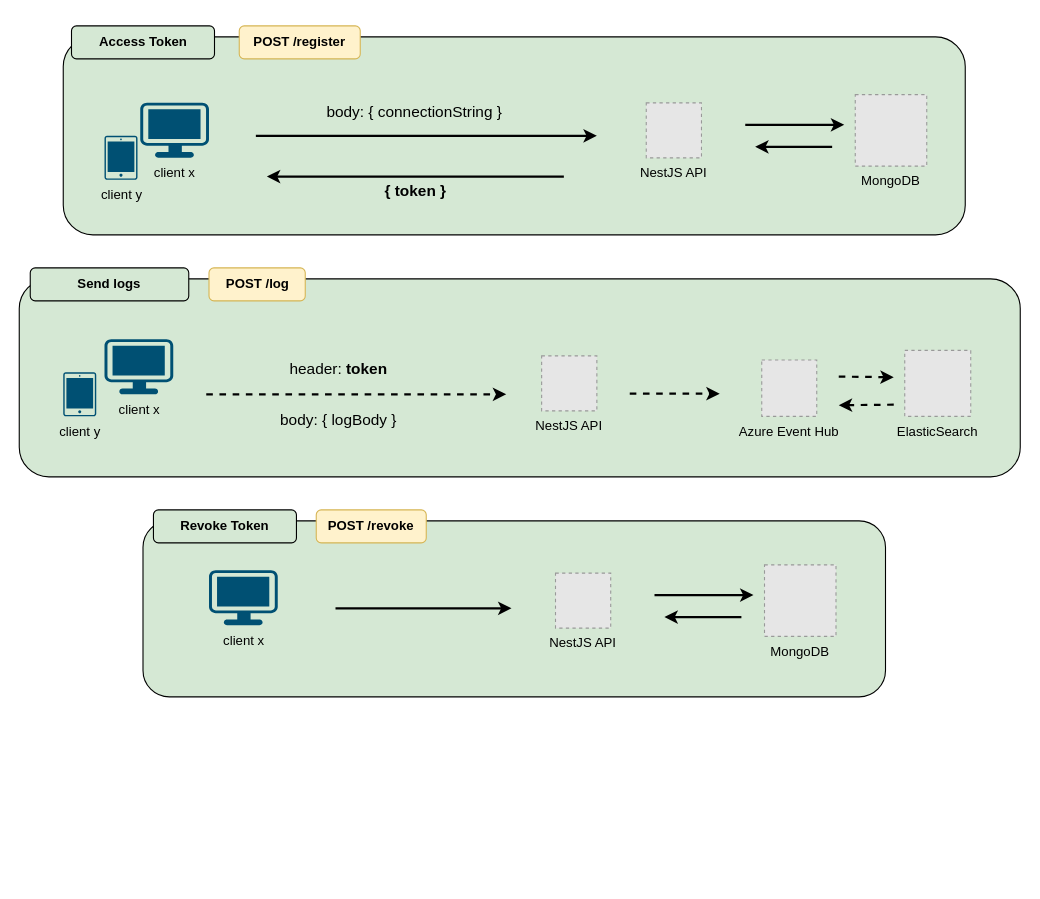
Before: page "Page-3" (3 of 3) of Via+Mobile-Front-ci-cd.drawio in rribeiro93k/draw-docs, a draw.io diagram. Source tidied: cells renumbered, new cells numbered last; positions are measured from the earlier drawing's top-left corner, leaving out a move shared by most shapes. Both pictures are drawn from the tidied source at 110%, with x=0, y=0 at pixel (19, 25). Pictures stored in the file or linked from it are replaced by grey dashed boxes.
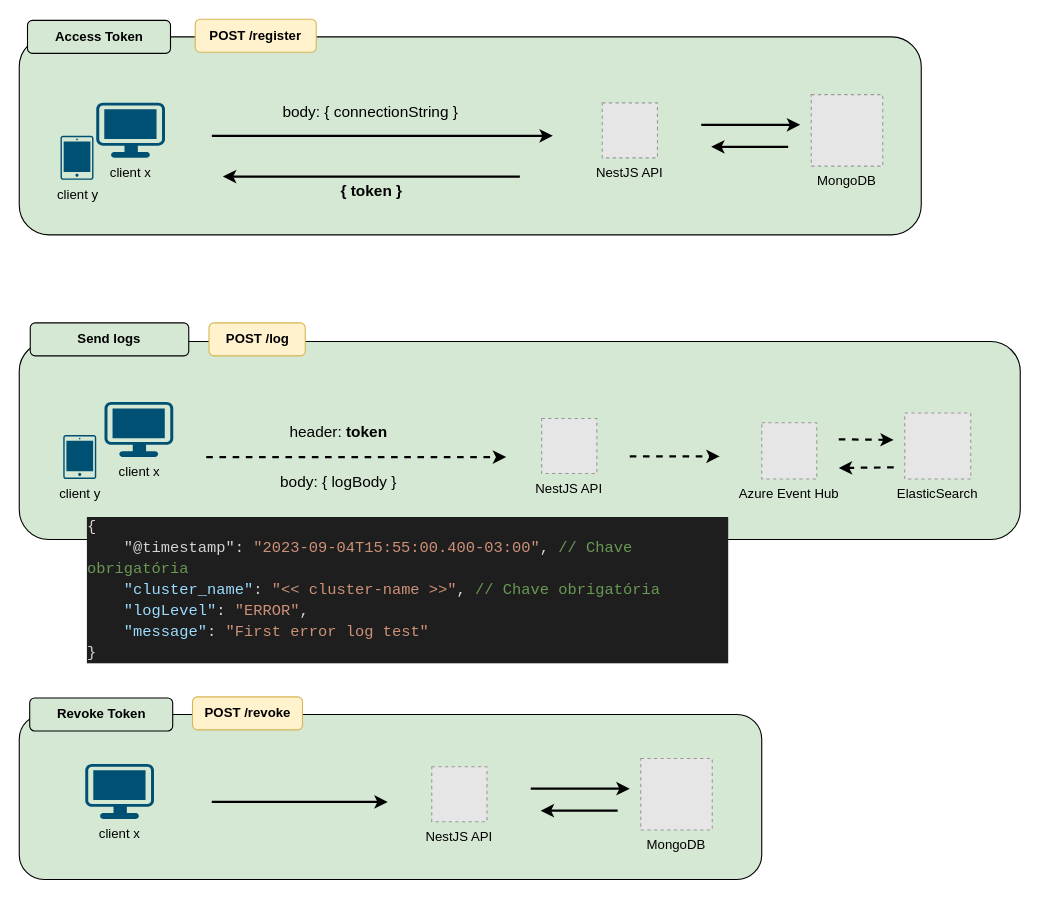
The same diagram, later.

What changed in the source:
```diff
@@
     <mxCell id="2" style="rounded=1;whiteSpace=wrap;html=1;fillColor=#d5e8d4;strokeColor=#000000;" parent="1" vertex="1">
-      <mxGeometry x="40" y="10" width="820" height="180" as="geometry" />
+      <mxGeometry y="10" width="820" height="180" as="geometry" />
     </mxCell>
     <mxCell id="3" value="Access Token" style="rounded=1;whiteSpace=wrap;html=1;fillColor=#d5e8d4;strokeColor=#000000;fontStyle=1;" parent="1" vertex="1">
-      <mxGeometry x="47.5" width="130" height="30" as="geometry" />
+      <mxGeometry x="7.5" y="-5" width="130" height="30" as="geometry" />
     </mxCell>
     <mxCell id="4" value="&lt;span style=&quot;font-size: 14px;&quot;&gt;{ token }&lt;br&gt;&lt;/span&gt;" style="endArrow=classic;html=1;strokeWidth=2;rounded=0;endFill=1;fontStyle=1;fontSize=12;labelBackgroundColor=none;" parent="1" edge="1">
       <mxGeometry y="13" relative="1" as="geometry">
-        <mxPoint x="495.1" y="137" as="sourcePoint" />
-        <mxPoint x="225.1" y="137" as="targetPoint" />
+        <mxPoint x="455.1" y="137" as="sourcePoint" />
+        <mxPoint x="185.1" y="137" as="targetPoint" />
       </mxGeometry>
     </mxCell>
     <mxCell id="5" value="client x" style="verticalLabelPosition=bottom;sketch=0;html=1;verticalAlign=top;align=center;shape=mxgraph.cisco19.workstation;fillColor=#005073;strokeColor=none;fontStyle=0;" parent="1" vertex="1">
-      <mxGeometry x="110" y="70" width="62.5" height="50" as="geometry" />
+      <mxGeometry x="70" y="70" width="62.5" height="50" as="geometry" />
     </mxCell>
     <mxCell id="6" value="client y" style="sketch=0;verticalLabelPosition=bottom;html=1;verticalAlign=top;align=center;shape=mxgraph.cisco19.handheld;fillColor=#005073;strokeColor=none;fontStyle=0;" parent="1" vertex="1">
-      <mxGeometry x="77.5" y="100" width="30" height="40" as="geometry" />
+      <mxGeometry x="37.5" y="100" width="30" height="40" as="geometry" />
     </mxCell>
     <mxCell id="7" value="&lt;span style=&quot;font-size: 14px;&quot;&gt;&amp;nbsp; body: { connectionString }&amp;nbsp;&amp;nbsp;&lt;/span&gt;" style="endArrow=classic;html=1;strokeWidth=2;rounded=0;endFill=1;fontStyle=0;fontSize=12;labelBackgroundColor=none;" parent="1" edge="1">
       <mxGeometry x="-0.07" y="22" relative="1" as="geometry">
-        <mxPoint x="215.1" y="100" as="sourcePoint" />
-        <mxPoint x="525.1" y="100" as="targetPoint" />
+        <mxPoint x="175.1" y="100" as="sourcePoint" />
+        <mxPoint x="485.1" y="100" as="targetPoint" />
       </mxGeometry>
     </mxCell>
     <mxCell id="8" value="NestJS API" style="fillColor=#E6E6E6;strokeColor=#999999;dashed=1;verticalLabelPosition=bottom;labelBackgroundColor=none;verticalAlign=top;fontStyle=0;" parent="1" vertex="1">
-      <mxGeometry x="570" y="70" width="50.2" height="50" as="geometry" />
+      <mxGeometry x="530" y="70" width="50.2" height="50" as="geometry" />
     </mxCell>
     <mxCell id="9" style="endArrow=classic;html=1;strokeWidth=2;rounded=0;endFill=1;fontStyle=0;fontSize=12;labelBackgroundColor=none;" parent="1" edge="1">
       <mxGeometry x="-0.16" relative="1" as="geometry">
-        <mxPoint x="660" y="90" as="sourcePoint" />
-        <mxPoint x="750" y="90" as="targetPoint" />
+        <mxPoint x="620" y="90" as="sourcePoint" />
+        <mxPoint x="710" y="90" as="targetPoint" />
       </mxGeometry>
     </mxCell>
     <mxCell id="10" style="endArrow=classic;html=1;strokeWidth=2;rounded=0;endFill=1;fontStyle=0;fontSize=12;labelBackgroundColor=none;" parent="1" edge="1">
       <mxGeometry x="-0.16" relative="1" as="geometry">
-        <mxPoint x="739" y="110" as="sourcePoint" />
-        <mxPoint x="669" y="110" as="targetPoint" />
+        <mxPoint x="699" y="110" as="sourcePoint" />
+        <mxPoint x="629" y="110" as="targetPoint" />
       </mxGeometry>
     </mxCell>
     <mxCell id="11" value="MongoDB" style="fillColor=#E6E6E6;strokeColor=#999999;dashed=1;verticalLabelPosition=bottom;labelBackgroundColor=none;verticalAlign=top;" parent="1" vertex="1">
-      <mxGeometry x="760" y="62.5" width="65" height="65" as="geometry" />
+      <mxGeometry x="720" y="62.5" width="65" height="65" as="geometry" />
     </mxCell>
     <mxCell id="12" style="rounded=1;whiteSpace=wrap;html=1;fillColor=#d5e8d4;strokeColor=#000000;" parent="1" vertex="1">
-      <mxGeometry y="230" width="910" height="180" as="geometry" />
+      <mxGeometry y="287" width="910" height="180" as="geometry" />
     </mxCell>
     <mxCell id="13" value="Send logs" style="rounded=1;whiteSpace=wrap;html=1;fillColor=#d5e8d4;strokeColor=#000000;fontStyle=1;" parent="1" vertex="1">
-      <mxGeometry x="10" y="220" width="144.1" height="30" as="geometry" />
+      <mxGeometry x="10" y="270" width="144.1" height="30" as="geometry" />
     </mxCell>
     <mxCell id="14" value="client x" style="verticalLabelPosition=bottom;sketch=0;html=1;verticalAlign=top;align=center;shape=mxgraph.cisco19.workstation;fillColor=#005073;strokeColor=none;fontStyle=0;" parent="1" vertex="1">
-      <mxGeometry x="77.5" y="285" width="62.5" height="50" as="geometry" />
+      <mxGeometry x="77.5" y="342" width="62.5" height="50" as="geometry" />
     </mxCell>
     <mxCell id="15" value="client y" style="sketch=0;verticalLabelPosition=bottom;html=1;verticalAlign=top;align=center;shape=mxgraph.cisco19.handheld;fillColor=#005073;strokeColor=none;fontStyle=0;" parent="1" vertex="1">
-      <mxGeometry x="40" y="315" width="30" height="40" as="geometry" />
+      <mxGeometry x="40" y="372" width="30" height="40" as="geometry" />
     </mxCell>
     <mxCell id="16" value="&lt;font style=&quot;border-color: var(--border-color); font-weight: 700; font-size: 14px;&quot;&gt;&lt;span style=&quot;border-color: var(--border-color); font-weight: normal;&quot;&gt;header:&amp;nbsp;&lt;/span&gt;token&lt;/font&gt;&lt;br style=&quot;border-color: var(--border-color); font-weight: 700;&quot;&gt;&lt;br&gt;&lt;br style=&quot;border-color: var(--border-color); font-weight: 700; font-size: 14px;&quot;&gt;&lt;span style=&quot;border-color: var(--border-color); font-size: 14px;&quot;&gt;&amp;nbsp; body: { logBody }&amp;nbsp;&amp;nbsp;&lt;/span&gt;" style="endArrow=classic;html=1;strokeWidth=2;rounded=0;endFill=1;fontStyle=0;fontSize=12;labelBackgroundColor=none;dashed=1;" parent="1" edge="1">
       <mxGeometry x="-0.12" relative="1" as="geometry">
-        <mxPoint x="170" y="335" as="sourcePoint" />
-        <mxPoint x="442.7" y="335" as="targetPoint" />
+        <mxPoint x="170" y="392" as="sourcePoint" />
+        <mxPoint x="442.7" y="392" as="targetPoint" />
       </mxGeometry>
     </mxCell>
     <mxCell id="17" value="NestJS API" style="fillColor=#E6E6E6;strokeColor=#999999;dashed=1;verticalLabelPosition=bottom;labelBackgroundColor=none;verticalAlign=top;fontStyle=0;" parent="1" vertex="1">
-      <mxGeometry x="474.9" y="300" width="50.2" height="50" as="geometry" />
+      <mxGeometry x="474.9" y="357" width="50.2" height="50" as="geometry" />
     </mxCell>
     <mxCell id="18" style="endArrow=classic;html=1;strokeWidth=2;rounded=0;endFill=1;fontStyle=0;fontSize=12;labelBackgroundColor=none;dashed=1;" parent="1" edge="1">
       <mxGeometry x="-0.16" relative="1" as="geometry">
-        <mxPoint x="555" y="334.4" as="sourcePoint" />
-        <mxPoint x="636.8" y="334.4" as="targetPoint" />
+        <mxPoint x="555" y="391.4" as="sourcePoint" />
+        <mxPoint x="636.8" y="391.4" as="targetPoint" />
       </mxGeometry>
     </mxCell>
     <mxCell id="19" value="Azure Event Hub" style="fillColor=#E6E6E6;strokeColor=#999999;dashed=1;verticalLabelPosition=bottom;labelBackgroundColor=none;verticalAlign=top;fontStyle=0;" parent="1" vertex="1">
-      <mxGeometry x="675" y="303.8" width="50" height="51.2" as="geometry" />
+      <mxGeometry x="675" y="360.8" width="50" height="51.2" as="geometry" />
     </mxCell>
     <mxCell id="20" style="endArrow=classic;html=1;strokeWidth=2;rounded=0;endFill=1;fontStyle=0;fontSize=12;labelBackgroundColor=none;dashed=1;" parent="1" edge="1">
       <mxGeometry x="-0.16" relative="1" as="geometry">
-        <mxPoint x="745" y="318.9" as="sourcePoint" />
-        <mxPoint x="795" y="319.4" as="targetPoint" />
+        <mxPoint x="745" y="375.9" as="sourcePoint" />
+        <mxPoint x="795" y="376.4" as="targetPoint" />
       </mxGeometry>
     </mxCell>
     <mxCell id="21" style="endArrow=classic;html=1;strokeWidth=2;rounded=0;endFill=1;fontStyle=0;fontSize=12;labelBackgroundColor=none;dashed=1;entryX=0.75;entryY=0.574;entryDx=0;entryDy=0;entryPerimeter=0;" parent="1" edge="1">
       <mxGeometry x="-0.16" relative="1" as="geometry">
-        <mxPoint x="795" y="344.4" as="sourcePoint" />
-        <mxPoint x="745" y="344.9" as="targetPoint" />
+        <mxPoint x="795" y="401.4" as="sourcePoint" />
+        <mxPoint x="745" y="401.9" as="targetPoint" />
       </mxGeometry>
     </mxCell>
     <mxCell id="22" value="ElasticSearch" style="fillColor=#E6E6E6;strokeColor=#999999;dashed=1;verticalLabelPosition=bottom;labelBackgroundColor=none;verticalAlign=top;" parent="1" vertex="1">
-      <mxGeometry x="805" y="295" width="60" height="60" as="geometry" />
+      <mxGeometry x="805" y="352" width="60" height="60" as="geometry" />
     </mxCell>
     <mxCell id="23" style="rounded=1;whiteSpace=wrap;html=1;fillColor=#d5e8d4;strokeColor=#000000;" parent="1" vertex="1">
-      <mxGeometry x="112.5" y="450" width="675" height="160" as="geometry" />
+      <mxGeometry y="626" width="675" height="150" as="geometry" />
     </mxCell>
     <mxCell id="24" value="Revoke Token" style="rounded=1;whiteSpace=wrap;html=1;fillColor=#d5e8d4;strokeColor=#000000;fontStyle=1;" parent="1" vertex="1">
-      <mxGeometry x="122" y="440" width="130" height="30" as="geometry" />
+      <mxGeometry x="9.5" y="611" width="130" height="30" as="geometry" />
     </mxCell>
     <mxCell id="25" value="client x" style="verticalLabelPosition=bottom;sketch=0;html=1;verticalAlign=top;align=center;shape=mxgraph.cisco19.workstation;fillColor=#005073;strokeColor=none;fontStyle=0;" parent="1" vertex="1">
-      <mxGeometry x="172.5" y="495" width="62.5" height="50" as="geometry" />
+      <mxGeometry x="60" y="671" width="62.5" height="50" as="geometry" />
     </mxCell>
     <mxCell id="26" style="endArrow=classic;html=1;strokeWidth=2;rounded=0;endFill=1;fontStyle=0;fontSize=12;labelBackgroundColor=none;" parent="1" edge="1">
       <mxGeometry x="0.03" y="20" relative="1" as="geometry">
-        <mxPoint x="287.5" y="529.5" as="sourcePoint" />
-        <mxPoint x="447.5" y="529.5" as="targetPoint" />
+        <mxPoint x="175" y="705.5" as="sourcePoint" />
+        <mxPoint x="335" y="705.5" as="targetPoint" />
       </mxGeometry>
     </mxCell>
     <mxCell id="27" value="NestJS API" style="fillColor=#E6E6E6;strokeColor=#999999;dashed=1;verticalLabelPosition=bottom;labelBackgroundColor=none;verticalAlign=top;fontStyle=0;" parent="1" vertex="1">
-      <mxGeometry x="487.5" y="497.5" width="50.2" height="50" as="geometry" />
+      <mxGeometry x="375" y="673.5" width="50.2" height="50" as="geometry" />
     </mxCell>
     <mxCell id="28" style="endArrow=classic;html=1;strokeWidth=2;rounded=0;endFill=1;fontStyle=0;fontSize=12;labelBackgroundColor=none;" parent="1" edge="1">
       <mxGeometry x="-0.16" relative="1" as="geometry">
-        <mxPoint x="577.5" y="517.5" as="sourcePoint" />
-        <mxPoint x="667.5" y="517.5" as="targetPoint" />
+        <mxPoint x="465" y="693.5" as="sourcePoint" />
+        <mxPoint x="555" y="693.5" as="targetPoint" />
       </mxGeometry>
     </mxCell>
     <mxCell id="29" style="endArrow=classic;html=1;strokeWidth=2;rounded=0;endFill=1;fontStyle=0;fontSize=12;labelBackgroundColor=none;" parent="1" edge="1">
       <mxGeometry x="-0.16" relative="1" as="geometry">
-        <mxPoint x="656.5" y="537.5" as="sourcePoint" />
-        <mxPoint x="586.5" y="537.5" as="targetPoint" />
+        <mxPoint x="544" y="713.5" as="sourcePoint" />
+        <mxPoint x="474" y="713.5" as="targetPoint" />
       </mxGeometry>
     </mxCell>
     <mxCell id="30" value="MongoDB" style="fillColor=#E6E6E6;strokeColor=#999999;dashed=1;verticalLabelPosition=bottom;labelBackgroundColor=none;verticalAlign=top;" parent="1" vertex="1">
-      <mxGeometry x="677.5" y="490" width="65" height="65" as="geometry" />
+      <mxGeometry x="565" y="666" width="65" height="65" as="geometry" />
     </mxCell>
     <mxCell id="31" value="POST /log" style="rounded=1;whiteSpace=wrap;html=1;fillColor=#fff2cc;strokeColor=#d6b656;fontStyle=1;" parent="1" vertex="1">
-      <mxGeometry x="172.5" y="220" width="87.5" height="30" as="geometry" />
+      <mxGeometry x="172.5" y="270" width="87.5" height="30" as="geometry" />
     </mxCell>
     <mxCell id="32" value="POST /register" style="rounded=1;whiteSpace=wrap;html=1;fillColor=#fff2cc;strokeColor=#d6b656;fontStyle=1;" parent="1" vertex="1">
-      <mxGeometry x="200" width="110" height="30" as="geometry" />
+      <mxGeometry x="160" y="-6" width="110" height="30" as="geometry" />
     </mxCell>
     <mxCell id="33" value="POST /revoke" style="rounded=1;whiteSpace=wrap;html=1;fillColor=#fff2cc;strokeColor=#d6b656;fontStyle=1;" parent="1" vertex="1">
-      <mxGeometry x="270" y="440" width="100" height="30" as="geometry" />
+      <mxGeometry x="157.5" y="610" width="100" height="30" as="geometry" />
     </mxCell>
+    <mxCell id="34" value="&lt;div style=&quot;color: rgb(212, 212, 212); background-color: rgb(30, 30, 30); font-family: Consolas, &amp;quot;Courier New&amp;quot;, monospace; font-weight: normal; font-size: 14px; line-height: 19px;&quot;&gt;&lt;div style=&quot;line-height: 19px;&quot;&gt;&lt;div style=&quot;line-height: 19px;&quot;&gt;&lt;div&gt;{&lt;/div&gt;&lt;div&gt;&amp;nbsp; &amp;nbsp; &quot;@timestamp&quot;: &lt;span style=&quot;color: #ce9178;&quot;&gt;&quot;2023-09-04T15:55:00.400-03:00&quot;&lt;/span&gt;, &lt;span style=&quot;color: #6a9955;&quot;&gt;// Chave obrigatória&lt;/span&gt;&lt;/div&gt;&lt;div&gt;&amp;nbsp; &amp;nbsp; &lt;span style=&quot;color: #9cdcfe;&quot;&gt;&quot;cluster_name&quot;&lt;/span&gt;: &lt;span style=&quot;color: #ce9178;&quot;&gt;&quot;&amp;lt;&amp;lt; cluster-name &amp;gt;&amp;gt;&quot;&lt;/span&gt;, &lt;span style=&quot;color: #6a9955;&quot;&gt;// Chave obrigatória&lt;/span&gt;&lt;/div&gt;&lt;div&gt;&amp;nbsp; &amp;nbsp; &lt;span style=&quot;color: #9cdcfe;&quot;&gt;&quot;logLevel&quot;&lt;/span&gt;: &lt;span style=&quot;color: #ce9178;&quot;&gt;&quot;ERROR&quot;&lt;/span&gt;,&lt;/div&gt;&lt;div&gt;&amp;nbsp; &amp;nbsp; &lt;span style=&quot;color: #9cdcfe;&quot;&gt;&quot;message&quot;&lt;/span&gt;: &lt;span style=&quot;color: #ce9178;&quot;&gt;&quot;First error log test&quot;&lt;/span&gt;&lt;/div&gt;&lt;div&gt;}&lt;/div&gt;&lt;/div&gt;&lt;/div&gt;&lt;/div&gt;" style="text;whiteSpace=wrap;html=1;" parent="1" vertex="1">
+      <mxGeometry x="60" y="440" width="584.9" height="140" as="geometry" />
+    </mxCell>
```
